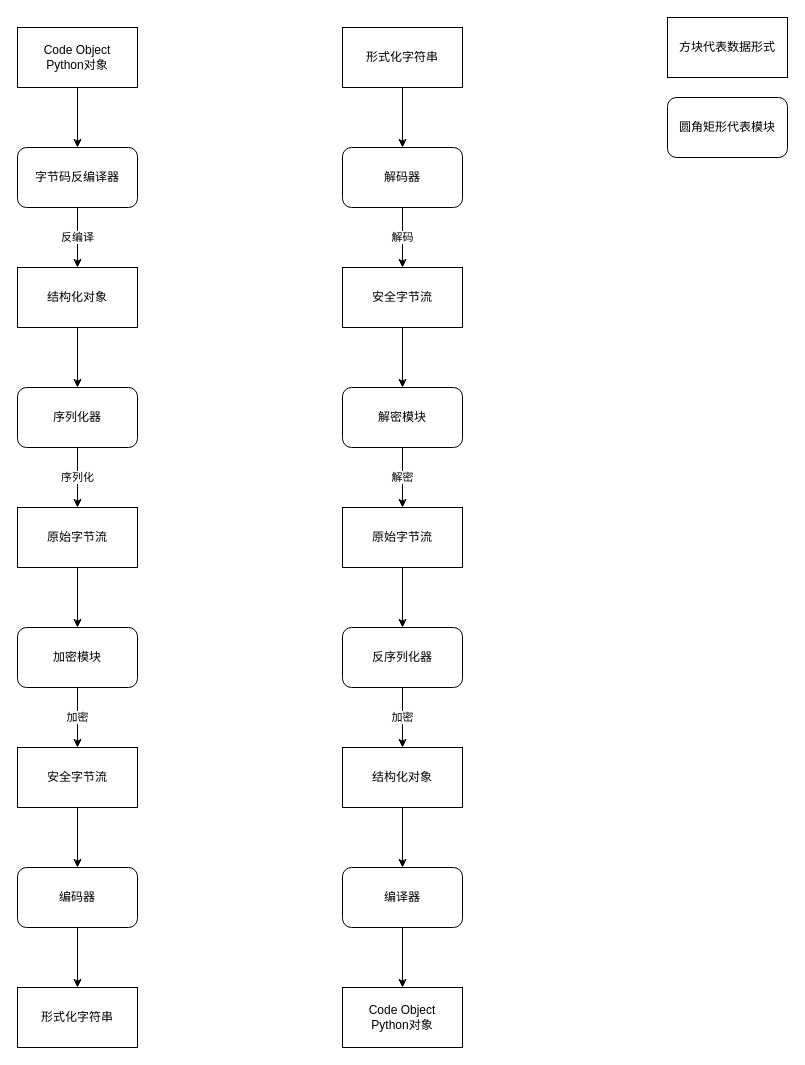
Before: docs/函数处理模块.drawio in phil616/rpic, a draw.io diagram. Source tidied: cells renumbered, new cells numbered last; positions are measured from the earlier drawing's top-left corner, leaving out a move shared by most shapes. Both pictures are drawn from the tidied source at 100%, with x=0, y=0 at pixel (17, 17).
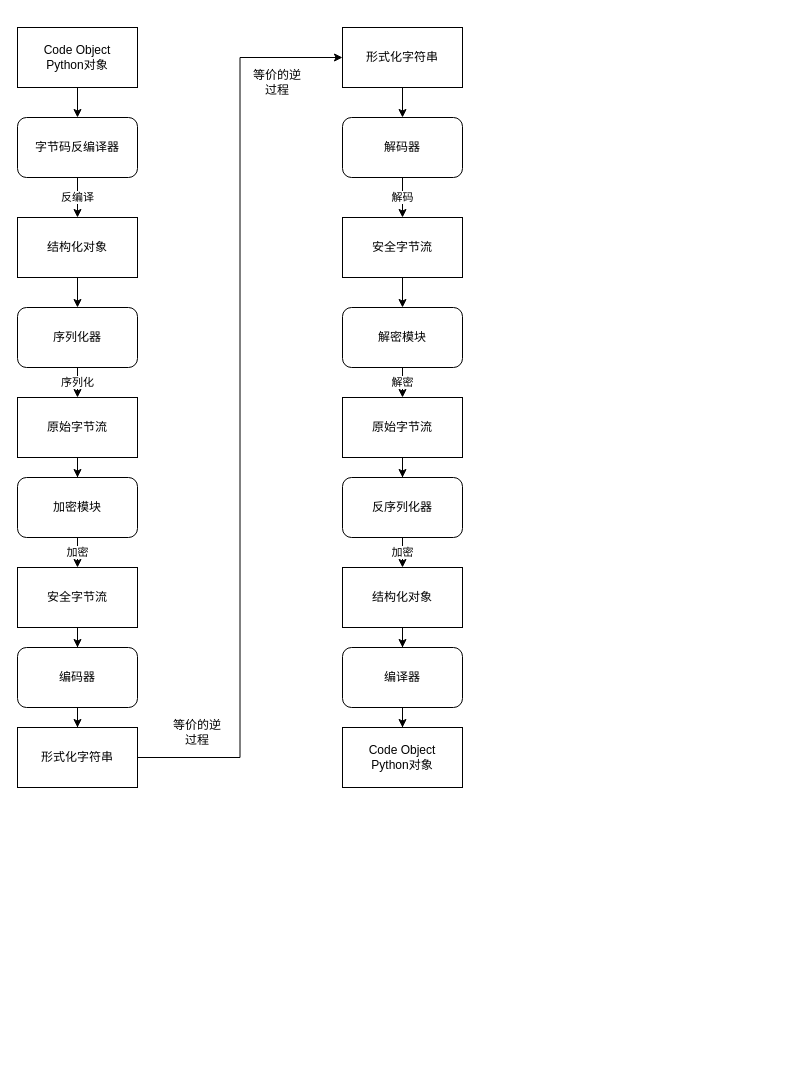
After the change.

The change refers to these unchanged cells:
```xml
<mxCell id="22" value="形式化字符串" style="rounded=0;whiteSpace=wrap;html=1;" parent="1" vertex="1">
  <mxGeometry x="325" y="10" width="120" height="60" as="geometry" />
</mxCell>
```

Diff of the diagram source:
```diff
@@
-    <mxCell id="2" value="方块代表数据形式" style="rounded=0;whiteSpace=wrap;html=1;" parent="1" vertex="1">
-      <mxGeometry x="650" width="120" height="60" as="geometry" />
-    </mxCell>
-    <mxCell id="3" value="圆角矩形代表模块" style="rounded=1;whiteSpace=wrap;html=1;" parent="1" vertex="1">
-      <mxGeometry x="650" y="80" width="120" height="60" as="geometry" />
-    </mxCell>
@@
     <mxCell id="7" value="字节码反编译器" style="rounded=1;whiteSpace=wrap;html=1;" parent="1" vertex="1">
-      <mxGeometry y="130" width="120" height="60" as="geometry" />
+      <mxGeometry y="100" width="120" height="60" as="geometry" />
     </mxCell>
@@
     <mxCell id="9" value="结构化对象" style="rounded=0;whiteSpace=wrap;html=1;" parent="1" vertex="1">
-      <mxGeometry y="250" width="120" height="60" as="geometry" />
+      <mxGeometry y="200" width="120" height="60" as="geometry" />
     </mxCell>
@@
     <mxCell id="11" value="序列化器" style="rounded=1;whiteSpace=wrap;html=1;" parent="1" vertex="1">
-      <mxGeometry y="370" width="120" height="60" as="geometry" />
+      <mxGeometry y="290" width="120" height="60" as="geometry" />
     </mxCell>
@@
     <mxCell id="13" value="原始字节流" style="rounded=0;whiteSpace=wrap;html=1;" parent="1" vertex="1">
-      <mxGeometry y="490" width="120" height="60" as="geometry" />
+      <mxGeometry y="380" width="120" height="60" as="geometry" />
     </mxCell>
@@
     <mxCell id="15" value="加密模块" style="rounded=1;whiteSpace=wrap;html=1;" parent="1" vertex="1">
-      <mxGeometry y="610" width="120" height="60" as="geometry" />
+      <mxGeometry y="460" width="120" height="60" as="geometry" />
     </mxCell>
@@
     <mxCell id="17" value="安全字节流" style="rounded=0;whiteSpace=wrap;html=1;" parent="1" vertex="1">
-      <mxGeometry y="730" width="120" height="60" as="geometry" />
+      <mxGeometry y="550" width="120" height="60" as="geometry" />
     </mxCell>
@@
     <mxCell id="19" value="编码器" style="rounded=1;whiteSpace=wrap;html=1;" parent="1" vertex="1">
-      <mxGeometry y="850" width="120" height="60" as="geometry" />
+      <mxGeometry y="630" width="120" height="60" as="geometry" />
     </mxCell>
+    <mxCell id="38" style="edgeStyle=orthogonalEdgeStyle;rounded=0;jettySize=auto;html=1;entryX=0;entryY=0.5;entryDx=0;entryDy=0;" parent="1" edge="1" source="20" target="22">
+      <mxGeometry relative="1" as="geometry" />
+    </mxCell>
     <mxCell id="20" value="形式化字符串" style="rounded=0;whiteSpace=wrap;html=1;" parent="1" vertex="1">
-      <mxGeometry y="970" width="120" height="60" as="geometry" />
+      <mxGeometry y="710" width="120" height="60" as="geometry" />
     </mxCell>
@@
     <mxCell id="24" value="解码器" style="rounded=1;whiteSpace=wrap;html=1;" parent="1" vertex="1">
-      <mxGeometry x="325" y="130" width="120" height="60" as="geometry" />
+      <mxGeometry x="325" y="100" width="120" height="60" as="geometry" />
     </mxCell>
@@
     <mxCell id="26" value="安全字节流" style="rounded=0;whiteSpace=wrap;html=1;" parent="1" vertex="1">
-      <mxGeometry x="325" y="250" width="120" height="60" as="geometry" />
+      <mxGeometry x="325" y="200" width="120" height="60" as="geometry" />
     </mxCell>
@@
     <mxCell id="28" value="解密模块" style="rounded=1;whiteSpace=wrap;html=1;" parent="1" vertex="1">
-      <mxGeometry x="325" y="370" width="120" height="60" as="geometry" />
+      <mxGeometry x="325" y="290" width="120" height="60" as="geometry" />
     </mxCell>
@@
     <mxCell id="30" value="原始字节流" style="rounded=0;whiteSpace=wrap;html=1;" parent="1" vertex="1">
-      <mxGeometry x="325" y="490" width="120" height="60" as="geometry" />
+      <mxGeometry x="325" y="380" width="120" height="60" as="geometry" />
     </mxCell>
@@
     <mxCell id="32" value="反序列化器" style="rounded=1;whiteSpace=wrap;html=1;" parent="1" vertex="1">
-      <mxGeometry x="325" y="610" width="120" height="60" as="geometry" />
+      <mxGeometry x="325" y="460" width="120" height="60" as="geometry" />
     </mxCell>
@@
     <mxCell id="34" value="结构化对象" style="rounded=0;whiteSpace=wrap;html=1;" parent="1" vertex="1">
-      <mxGeometry x="325" y="730" width="120" height="60" as="geometry" />
+      <mxGeometry x="325" y="550" width="120" height="60" as="geometry" />
     </mxCell>
@@
     <mxCell id="36" value="编译器" style="rounded=1;whiteSpace=wrap;html=1;" parent="1" vertex="1">
-      <mxGeometry x="325" y="850" width="120" height="60" as="geometry" />
+      <mxGeometry x="325" y="630" width="120" height="60" as="geometry" />
     </mxCell>
     <mxCell id="37" value="Code Object&lt;br&gt;Python对象" style="rounded=0;whiteSpace=wrap;html=1;" parent="1" vertex="1">
-      <mxGeometry x="325" y="970" width="120" height="60" as="geometry" />
+      <mxGeometry x="325" y="710" width="120" height="60" as="geometry" />
     </mxCell>
+    <mxCell id="39" value="等价的逆过程" style="text;html=1;strokeColor=none;fillColor=none;align=center;verticalAlign=middle;whiteSpace=wrap;rounded=0;" parent="1" vertex="1">
+      <mxGeometry x="150" y="700" width="60" height="30" as="geometry" />
+    </mxCell>
+    <mxCell id="40" value="等价的逆过程" style="text;html=1;strokeColor=none;fillColor=none;align=center;verticalAlign=middle;whiteSpace=wrap;rounded=0;" parent="1" vertex="1">
+      <mxGeometry x="230" y="50" width="60" height="30" as="geometry" />
+    </mxCell>
```
